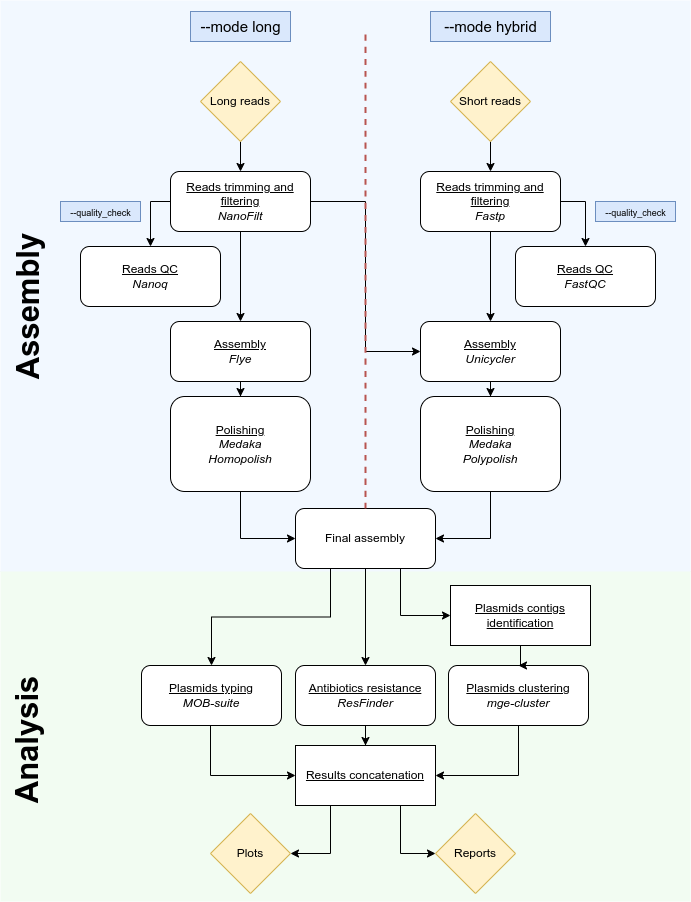
This is misc/NanoPlasm.png from fmauffrey/NanoPlasm, a draw.io export, as it was before one commit. Source tidied: cells renumbered, new cells last; positions are measured from the earlier drawing's top-left corner, leaving out a move shared by most shapes.
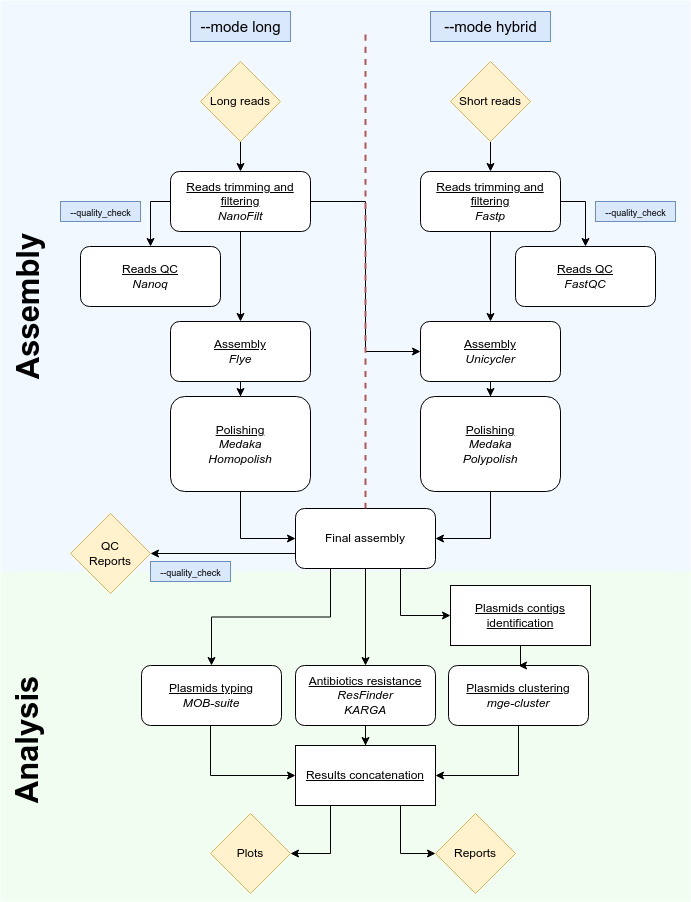
After the commit.

Commit message:
Added KARGA and QC report

Diff of the diagram source:
```diff
@@ -32,6 +32,9 @@
     <mxCell id="11" style="edgeStyle=orthogonalEdgeStyle;rounded=0;jettySize=auto;html=1;exitX=0.75;exitY=1;exitDx=0;exitDy=0;entryX=0;entryY=0.5;entryDx=0;entryDy=0;" parent="1" edge="1" source="12" target="35">
       <mxGeometry relative="1" as="geometry" />
     </mxCell>
+    <mxCell id="49" style="edgeStyle=orthogonalEdgeStyle;rounded=0;jettySize=auto;html=1;exitX=0;exitY=0.75;exitDx=0;exitDy=0;entryX=1;entryY=0.5;entryDx=0;entryDy=0;" parent="1" edge="1" source="12" target="50">
+      <mxGeometry relative="1" as="geometry" />
+    </mxCell>
     <mxCell id="12" value="Final assembly" style="rounded=1;whiteSpace=wrap;html=1;" parent="1" vertex="1">
       <mxGeometry x="353" y="508" width="140" height="60" as="geometry" />
     </mxCell>
@@ -83,7 +86,7 @@
     <mxCell id="28" style="edgeStyle=orthogonalEdgeStyle;rounded=0;jettySize=auto;html=1;entryX=0.5;entryY=0;entryDx=0;entryDy=0;" parent="1" edge="1" source="29" target="38">
       <mxGeometry relative="1" as="geometry" />
     </mxCell>
-    <mxCell id="29" value="&lt;u&gt;Antibiotics resistance&lt;br&gt;&lt;/u&gt;&lt;i&gt;ResFinder&lt;/i&gt;" style="rounded=1;whiteSpace=wrap;html=1;" parent="1" vertex="1">
+    <mxCell id="29" value="&lt;u&gt;Antibiotics resistance&lt;br&gt;&lt;/u&gt;&lt;i&gt;ResFinder&lt;br&gt;KARGA&lt;br&gt;&lt;/i&gt;" style="rounded=1;whiteSpace=wrap;html=1;" parent="1" vertex="1">
       <mxGeometry x="353" y="665" width="140" height="60" as="geometry" />
     </mxCell>
     <mxCell id="30" style="edgeStyle=orthogonalEdgeStyle;rounded=0;jettySize=auto;html=1;entryX=0;entryY=0.5;entryDx=0;entryDy=0;" parent="1" edge="1" source="31" target="38">
@@ -153,5 +156,11 @@
     <mxCell id="48" value="&lt;font style=&quot;font-size: 9px;&quot;&gt;--&lt;/font&gt;&lt;font style=&quot;font-size: 9px;&quot;&gt;quality_check&lt;/font&gt;" style="text;html=1;align=center;verticalAlign=top;strokeColor=#6c8ebf;fillColor=#dae8fc;fontSize=9;perimeterSpacing=1;strokeWidth=1;" parent="1" vertex="1">
       <mxGeometry x="118" y="201" width="80" height="20" as="geometry" />
     </mxCell>
+    <mxCell id="50" value="QC&lt;br&gt;Reports" style="rhombus;whiteSpace=wrap;html=1;fillColor=#fff2cc;strokeColor=#d6b656;" parent="1" vertex="1">
+      <mxGeometry x="128" y="513" width="80" height="80" as="geometry" />
+    </mxCell>
+    <mxCell id="51" value="&lt;font style=&quot;font-size: 9px;&quot;&gt;--&lt;/font&gt;&lt;font style=&quot;font-size: 9px;&quot;&gt;quality_check&lt;/font&gt;" style="text;html=1;align=center;verticalAlign=top;strokeColor=#6c8ebf;fillColor=#dae8fc;fontSize=9;perimeterSpacing=1;strokeWidth=1;" parent="1" vertex="1">
+      <mxGeometry x="208" y="561" width="80" height="20" as="geometry" />
+    </mxCell>
   </root>
 </mxGraphModel>
```
